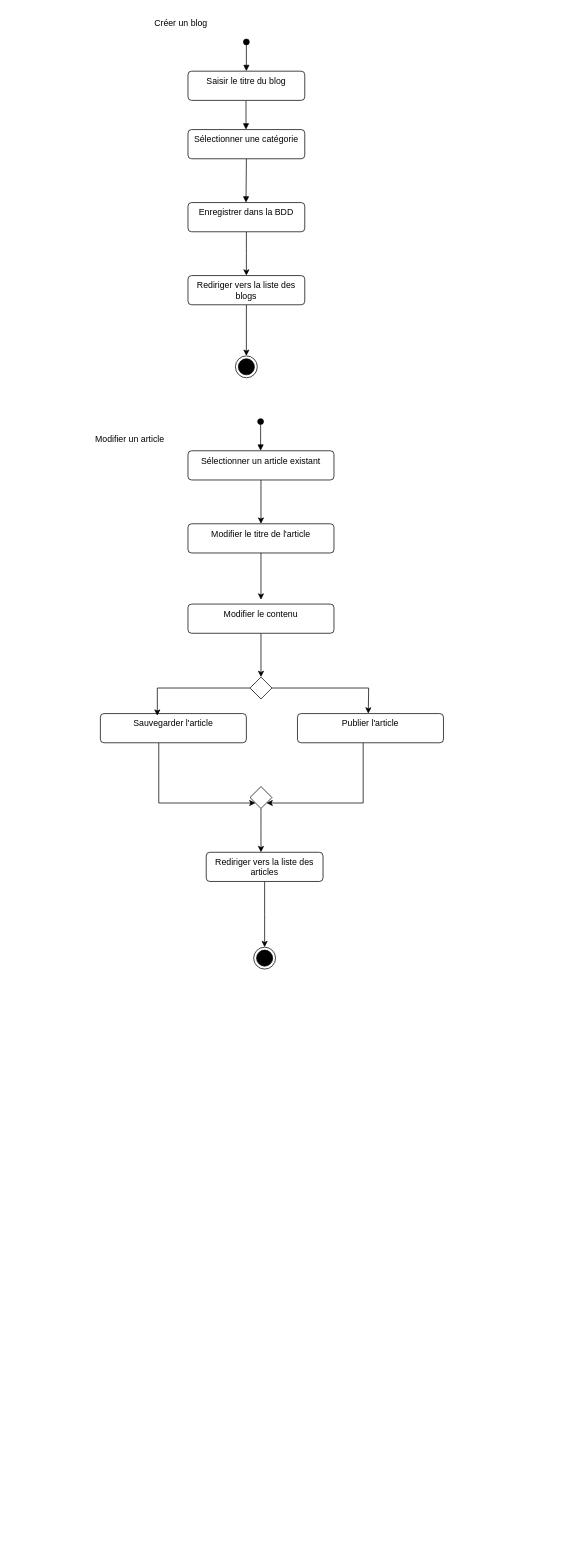
Earlier version of the draw.io diagram page "Diagramme d'activité" (6 of 9) of Diagramme sans nom.drawio (Ali0908/BDD_UML). Source tidied: cells renumbered, new cells numbered last; positions are measured from the earlier drawing's top-left corner, leaving out a move shared by most shapes. Both pictures are drawn from the tidied source at 73%, with x=0, y=0 at pixel (85, 12).
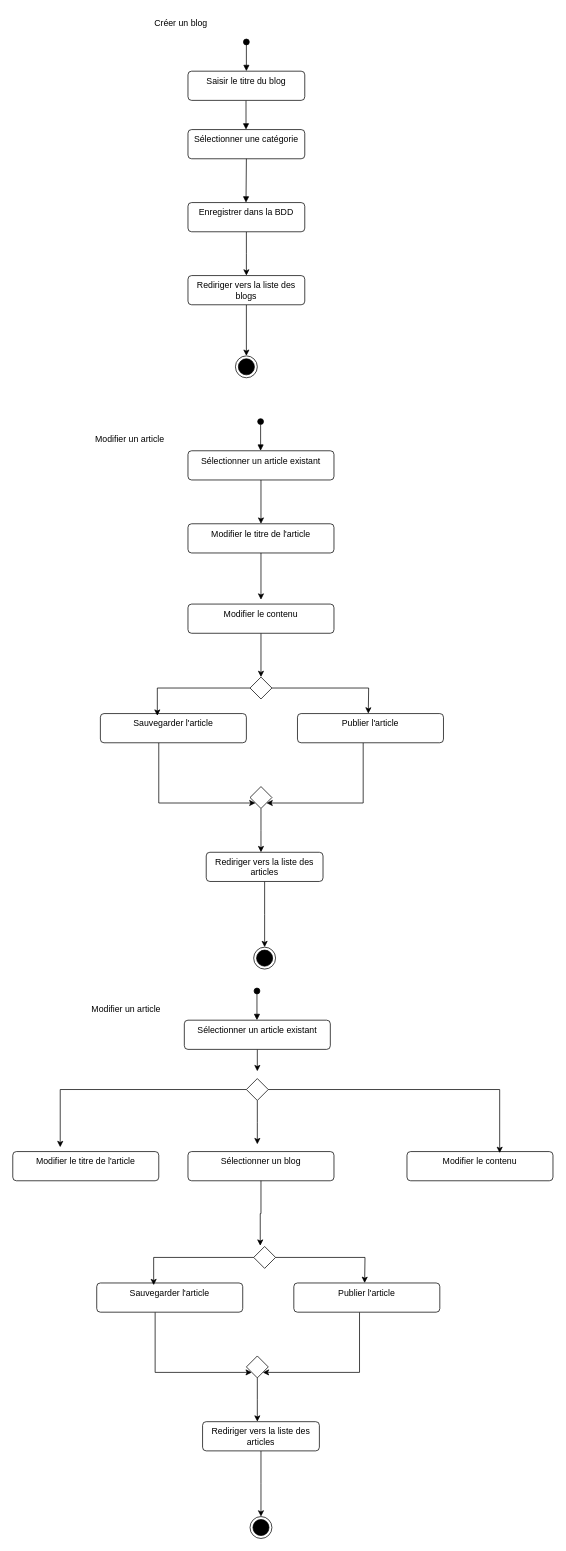
Above is the later version.

The edit, as a diff of the source:
```diff
@@
+    <mxCell id="33" value="Modifier un article" style="text;html=1;align=center;verticalAlign=middle;strokeColor=none;fillColor=none;" parent="1" vertex="1">
+      <mxGeometry x="-5" y="1350" width="120" height="30" as="geometry" />
+    </mxCell>
+    <mxCell id="34" style="edgeStyle=orthogonalEdgeStyle;rounded=0;jettySize=auto;html=1;exitX=0.5;exitY=1;exitDx=0;exitDy=0;" parent="1" edge="1" source="35">
+      <mxGeometry relative="1" as="geometry">
+        <mxPoint x="235" y="1450" as="targetPoint" />
+      </mxGeometry>
+    </mxCell>
+    <mxCell id="35" value="Sélectionner un article existant" style="html=1;align=center;verticalAlign=top;rounded=1;absoluteArcSize=1;arcSize=10;dashed=0;whiteSpace=wrap;" parent="1" vertex="1">
+      <mxGeometry x="135" y="1380" width="200" height="40" as="geometry" />
+    </mxCell>
+    <mxCell id="36" value="Modifier le titre de l'article" style="html=1;align=center;verticalAlign=top;rounded=1;absoluteArcSize=1;arcSize=10;dashed=0;whiteSpace=wrap;" parent="1" vertex="1">
+      <mxGeometry x="-100" y="1560" width="200" height="40" as="geometry" />
+    </mxCell>
+    <mxCell id="37" value="Modifier le contenu" style="html=1;align=center;verticalAlign=top;rounded=1;absoluteArcSize=1;arcSize=10;dashed=0;whiteSpace=wrap;" parent="1" vertex="1">
+      <mxGeometry x="440" y="1560" width="200" height="40" as="geometry" />
+    </mxCell>
+    <mxCell id="38" style="edgeStyle=orthogonalEdgeStyle;rounded=0;jettySize=auto;html=1;entryX=0;entryY=1;entryDx=0;entryDy=0;" parent="1" edge="1" source="39" target="49">
+      <mxGeometry relative="1" as="geometry">
+        <Array as="points">
+          <mxPoint x="95" y="1863" />
+        </Array>
+      </mxGeometry>
+    </mxCell>
+    <mxCell id="39" value="Sauvegarder l'article" style="html=1;align=center;verticalAlign=top;rounded=1;absoluteArcSize=1;arcSize=10;dashed=0;whiteSpace=wrap;" parent="1" vertex="1">
+      <mxGeometry x="15" y="1740" width="200" height="40" as="geometry" />
+    </mxCell>
+    <mxCell id="40" style="edgeStyle=orthogonalEdgeStyle;rounded=0;jettySize=auto;html=1;entryX=1;entryY=1;entryDx=0;entryDy=0;" parent="1" edge="1" source="41" target="49">
+      <mxGeometry relative="1" as="geometry">
+        <Array as="points">
+          <mxPoint x="375" y="1863" />
+        </Array>
+      </mxGeometry>
+    </mxCell>
+    <mxCell id="41" value="Publier l'article" style="html=1;align=center;verticalAlign=top;rounded=1;absoluteArcSize=1;arcSize=10;dashed=0;whiteSpace=wrap;" parent="1" vertex="1">
+      <mxGeometry x="285" y="1740" width="200" height="40" as="geometry" />
+    </mxCell>
+    <mxCell id="42" style="edgeStyle=orthogonalEdgeStyle;rounded=0;jettySize=auto;html=1;" parent="1" edge="1" source="43">
+      <mxGeometry relative="1" as="geometry">
+        <mxPoint x="240" y="2060" as="targetPoint" />
+      </mxGeometry>
+    </mxCell>
+    <mxCell id="43" value="Rediriger vers la liste des articles" style="html=1;align=center;verticalAlign=top;rounded=1;absoluteArcSize=1;arcSize=10;dashed=0;whiteSpace=wrap;" parent="1" vertex="1">
+      <mxGeometry x="160" y="1930" width="160" height="40" as="geometry" />
+    </mxCell>
+    <mxCell id="44" style="html=1;verticalAlign=bottom;startArrow=oval;startFill=1;endArrow=block;startSize=8;curved=0;rounded=0;entryX=0.5;entryY=0;entryDx=0;entryDy=0;" parent="1" edge="1">
+      <mxGeometry relative="1" as="geometry">
+        <mxPoint x="234.5" y="1340" as="sourcePoint" />
+        <mxPoint x="234.5" y="1380" as="targetPoint" />
+      </mxGeometry>
+    </mxCell>
+    <mxCell id="45" style="rhombus;" parent="1" vertex="1">
+      <mxGeometry x="230" y="1690" width="30" height="30" as="geometry" />
+    </mxCell>
+    <mxCell id="46" style="edgeStyle=orthogonalEdgeStyle;rounded=0;jettySize=auto;html=1;entryX=0.39;entryY=0.075;entryDx=0;entryDy=0;entryPerimeter=0;" parent="1" edge="1" source="45" target="39">
+      <mxGeometry relative="1" as="geometry" />
+    </mxCell>
+    <mxCell id="47" style="edgeStyle=orthogonalEdgeStyle;rounded=0;jettySize=auto;html=1;" parent="1" edge="1" source="45">
+      <mxGeometry relative="1" as="geometry">
+        <mxPoint x="382" y="1740" as="targetPoint" />
+      </mxGeometry>
+    </mxCell>
+    <mxCell id="48" style="edgeStyle=orthogonalEdgeStyle;rounded=0;jettySize=auto;html=1;" parent="1" edge="1" source="49">
+      <mxGeometry relative="1" as="geometry">
+        <mxPoint x="235" y="1930" as="targetPoint" />
+      </mxGeometry>
+    </mxCell>
+    <mxCell id="49" style="rhombus;" parent="1" vertex="1">
+      <mxGeometry x="220" y="1840" width="30" height="30" as="geometry" />
+    </mxCell>
+    <mxCell id="50" value="Sélectionner un blog" style="html=1;align=center;verticalAlign=top;rounded=1;absoluteArcSize=1;arcSize=10;dashed=0;whiteSpace=wrap;" parent="1" vertex="1">
+      <mxGeometry x="140" y="1560" width="200" height="40" as="geometry" />
+    </mxCell>
+    <mxCell id="51" style="edgeStyle=orthogonalEdgeStyle;rounded=0;jettySize=auto;html=1;exitX=0.5;exitY=1;exitDx=0;exitDy=0;" parent="1" edge="1" source="52">
+      <mxGeometry relative="1" as="geometry">
+        <mxPoint x="235" y="1550" as="targetPoint" />
+      </mxGeometry>
+    </mxCell>
+    <mxCell id="52" style="rhombus;" parent="1" vertex="1">
+      <mxGeometry x="220" y="1460" width="30" height="30" as="geometry" />
+    </mxCell>
+    <mxCell id="53" style="edgeStyle=orthogonalEdgeStyle;rounded=0;jettySize=auto;html=1;exitX=0;exitY=0.5;exitDx=0;exitDy=0;entryX=0.325;entryY=-0.15;entryDx=0;entryDy=0;entryPerimeter=0;" parent="1" edge="1" source="52" target="36">
+      <mxGeometry relative="1" as="geometry" />
+    </mxCell>
+    <mxCell id="54" style="edgeStyle=orthogonalEdgeStyle;rounded=0;jettySize=auto;html=1;exitX=1;exitY=0.5;exitDx=0;exitDy=0;entryX=0.635;entryY=0.05;entryDx=0;entryDy=0;entryPerimeter=0;" parent="1" edge="1" source="52" target="37">
+      <mxGeometry relative="1" as="geometry" />
+    </mxCell>
+    <mxCell id="55" style="edgeStyle=orthogonalEdgeStyle;rounded=0;jettySize=auto;html=1;entryX=0.3;entryY=-0.033;entryDx=0;entryDy=0;entryPerimeter=0;" parent="1" edge="1" source="50" target="45">
+      <mxGeometry relative="1" as="geometry" />
+    </mxCell>
+    <mxCell id="56" style="ellipse;html=1;shape=endState;fillColor=strokeColor;" parent="1" vertex="1">
+      <mxGeometry x="225" y="2060" width="30" height="30" as="geometry" />
+    </mxCell>
```
